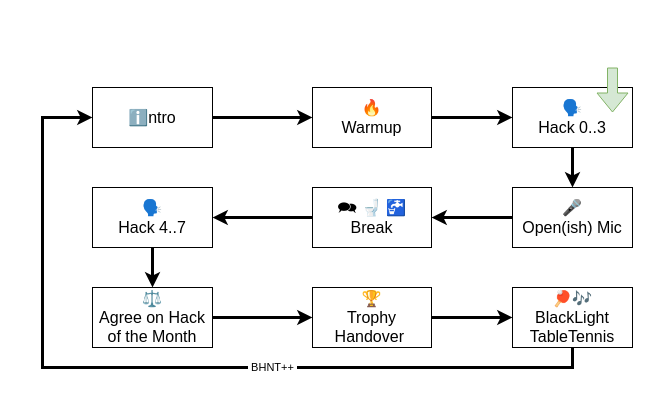
Above: assets/bhntflow.drawio in berlin-hack-and-tell/bhnt.c-base.org (draw.io), before the change. Source tidied: cells renumbered, new cells numbered last; positions are measured from the earlier drawing's top-left corner, leaving out a move shared by most shapes. Both pictures are drawn from the tidied source at 100%, with x=0, y=0 at pixel (42, 67).
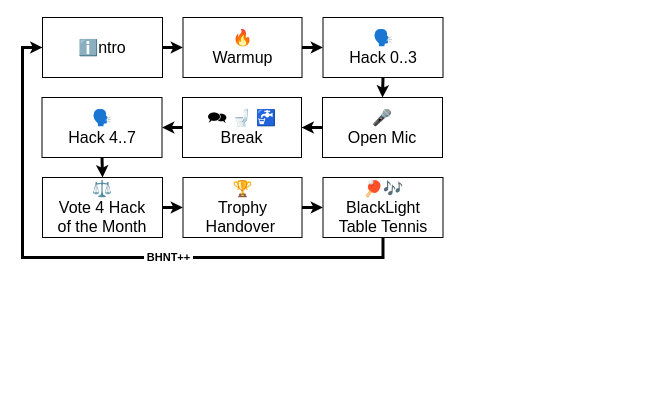
The same diagram, later.

Commit message:
Improve flowchart

Tons of minor improvements to the bhntflow.drawio flowchart.

Change to the diagram source:
```diff
@@
     <mxCell id="2" value="ℹ️ntro" style="rounded=0;whiteSpace=wrap;html=1;fontSize=16;labelBackgroundColor=none;" parent="1" vertex="1">
-      <mxGeometry x="50" y="20" width="120" height="60" as="geometry" />
+      <mxGeometry y="-50" width="120" height="60" as="geometry" />
     </mxCell>
     <mxCell id="3" value="&lt;div&gt;🔥&lt;br&gt;&lt;/div&gt;Warmup" style="rounded=0;whiteSpace=wrap;html=1;fontSize=16;" parent="1" vertex="1">
-      <mxGeometry x="270" y="20" width="119" height="60" as="geometry" />
+      <mxGeometry x="140.5" y="-50" width="119" height="60" as="geometry" />
     </mxCell>
-    <mxCell id="4" style="endArrow=classic;html=1;rounded=0;exitX=1;exitY=0.5;exitDx=0;exitDy=0;entryX=0;entryY=0.5;entryDx=0;entryDy=0;fontSize=16;strokeWidth=3;" parent="1" edge="1" source="2" target="3">
+    <mxCell id="4" style="endArrow=classic;html=1;rounded=0;exitX=1;exitY=0.5;exitDx=0;exitDy=0;entryX=0;entryY=0.5;entryDx=0;entryDy=0;fontSize=16;strokeWidth=3;endSize=3;" parent="1" edge="1" source="2" target="3">
       <mxGeometry relative="1" as="geometry" />
     </mxCell>
     <mxCell id="5" value="&lt;div&gt;🗣️&lt;br&gt;&lt;/div&gt;Hack 0..3" style="rounded=0;whiteSpace=wrap;html=1;fontSize=16;" parent="1" vertex="1">
-      <mxGeometry x="470" y="20" width="120" height="60" as="geometry" />
+      <mxGeometry x="280.5" y="-50" width="120" height="60" as="geometry" />
     </mxCell>
-    <mxCell id="6" style="endArrow=classic;html=1;rounded=0;exitX=1;exitY=0.5;exitDx=0;exitDy=0;fontSize=16;strokeWidth=3;" parent="1" edge="1" source="3">
-      <mxGeometry relative="1" as="geometry">
-        <mxPoint x="470" y="50" as="targetPoint" />
-      </mxGeometry>
-    </mxCell>
-    <mxCell id="7" value="&lt;div&gt;🎤&lt;br&gt;&lt;/div&gt;Open(ish) Mic" style="rounded=0;whiteSpace=wrap;html=1;fontSize=16;" parent="1" vertex="1">
-      <mxGeometry x="470" y="120" width="120" height="60" as="geometry" />
-    </mxCell>
+    <mxCell id="22" style="endArrow=classic;html=1;rounded=0;exitX=1;exitY=0.5;exitDx=0;exitDy=0;fontSize=16;strokeWidth=3;entryX=0;entryY=0.5;entryDx=0;entryDy=0;endSize=3;" parent="1" edge="1" source="3" target="5">
+      <mxGeometry relative="1" as="geometry" />
+    </mxCell>
+    <mxCell id="23" value="&lt;div&gt;🎤&lt;br&gt;&lt;/div&gt;Open Mic" style="rounded=0;whiteSpace=wrap;html=1;fontSize=16;" parent="1" vertex="1">
+      <mxGeometry x="280" y="30" width="120" height="60" as="geometry" />
+    </mxCell>
     <mxCell id="8" value="&lt;div&gt;🗪&amp;nbsp;🚽&amp;nbsp;🚰&lt;br&gt;&lt;/div&gt;Break" style="rounded=0;whiteSpace=wrap;html=1;fontSize=16;" parent="1" vertex="1">
-      <mxGeometry x="270" y="120" width="119" height="60" as="geometry" />
+      <mxGeometry x="140" y="30" width="119" height="60" as="geometry" />
     </mxCell>
-    <mxCell id="9" style="endArrow=classic;html=1;rounded=0;entryX=0.5;entryY=0;entryDx=0;entryDy=0;exitX=0.5;exitY=1;exitDx=0;exitDy=0;fontSize=16;strokeWidth=3;" parent="1" edge="1" source="5" target="7">
-      <mxGeometry relative="1" as="geometry" />
-    </mxCell>
+    <mxCell id="24" style="endArrow=classic;html=1;rounded=0;entryX=0.5;entryY=0;entryDx=0;entryDy=0;exitX=0.5;exitY=1;exitDx=0;exitDy=0;fontSize=16;strokeWidth=3;endSize=3;" parent="1" edge="1" source="5" target="23">
+      <mxGeometry relative="1" as="geometry" />
+    </mxCell>
-    <mxCell id="10" value="&lt;div&gt;🗣️&lt;br&gt;&lt;/div&gt;Hack 4..7" style="rounded=0;whiteSpace=wrap;html=1;fontSize=16;" parent="1" vertex="1">
-      <mxGeometry x="50" y="120" width="120" height="60" as="geometry" />
+    <mxCell id="10" value="&lt;div&gt;🗣️&lt;br&gt;&lt;/div&gt;&lt;div&gt;Hack 4..7&lt;/div&gt;" style="rounded=0;whiteSpace=wrap;html=1;fontSize=16;" parent="1" vertex="1">
+      <mxGeometry x="-0.5" y="30" width="120" height="60" as="geometry" />
     </mxCell>
-    <mxCell id="11" style="endArrow=classic;html=1;rounded=0;exitX=0;exitY=0.5;exitDx=0;exitDy=0;entryX=1;entryY=0.5;entryDx=0;entryDy=0;fontSize=16;strokeWidth=3;" parent="1" edge="1" source="7" target="8">
-      <mxGeometry relative="1" as="geometry" />
-    </mxCell>
+    <mxCell id="25" style="endArrow=classic;html=1;rounded=0;exitX=0;exitY=0.5;exitDx=0;exitDy=0;entryX=1;entryY=0.5;entryDx=0;entryDy=0;fontSize=16;strokeWidth=3;endSize=3;" parent="1" edge="1" source="23" target="8">
+      <mxGeometry relative="1" as="geometry" />
+    </mxCell>
-    <mxCell id="12" style="endArrow=classic;html=1;rounded=0;exitX=0;exitY=0.5;exitDx=0;exitDy=0;entryX=1;entryY=0.5;entryDx=0;entryDy=0;fontSize=16;strokeWidth=3;" parent="1" edge="1" source="8" target="10">
+    <mxCell id="12" style="endArrow=classic;html=1;rounded=0;exitX=0;exitY=0.5;exitDx=0;exitDy=0;entryX=1;entryY=0.5;entryDx=0;entryDy=0;fontSize=16;strokeWidth=3;endSize=3;" parent="1" edge="1" source="8" target="10">
       <mxGeometry relative="1" as="geometry" />
     </mxCell>
-    <mxCell id="13" value="⚖️&lt;br&gt;Agree on&amp;nbsp;&lt;span style=&quot;background-color: transparent; color: light-dark(rgb(0, 0, 0), rgb(255, 255, 255));&quot;&gt;Hack of the Month&lt;/span&gt;" style="rounded=0;whiteSpace=wrap;html=1;fontSize=16;" parent="1" vertex="1">
-      <mxGeometry x="50" y="220" width="120" height="60" as="geometry" />
-    </mxCell>
+    <mxCell id="26" value="⚖️&lt;br&gt;&lt;div&gt;Vote 4&amp;nbsp;&lt;span style=&quot;background-color: transparent; color: light-dark(rgb(0, 0, 0), rgb(255, 255, 255));&quot;&gt;Hack&lt;br&gt;of the Month&lt;/span&gt;&lt;/div&gt;" style="rounded=0;whiteSpace=wrap;html=1;fontSize=16;" parent="1" vertex="1">
+      <mxGeometry y="110" width="120" height="60" as="geometry" />
+    </mxCell>
     <mxCell id="14" value="&lt;div&gt;🏆&lt;/div&gt;Trophy Handover&lt;span style=&quot;background-color: transparent; color: light-dark(rgb(0, 0, 0), rgb(255, 255, 255));&quot;&gt;&amp;nbsp;&lt;/span&gt;" style="rounded=0;whiteSpace=wrap;html=1;fontSize=16;" parent="1" vertex="1">
-      <mxGeometry x="270" y="220" width="119" height="60" as="geometry" />
+      <mxGeometry x="140.5" y="110" width="119" height="60" as="geometry" />
     </mxCell>
-    <mxCell id="15" style="endArrow=classic;html=1;rounded=0;entryX=0.5;entryY=0;entryDx=0;entryDy=0;exitX=0.5;exitY=1;exitDx=0;exitDy=0;fontSize=16;strokeWidth=3;" parent="1" edge="1" source="10" target="13">
-      <mxGeometry relative="1" as="geometry" />
-    </mxCell>
-    <mxCell id="16" style="endArrow=classic;html=1;rounded=0;entryX=0;entryY=0.5;entryDx=0;entryDy=0;exitX=1;exitY=0.5;exitDx=0;exitDy=0;fontSize=16;strokeWidth=3;" parent="1" edge="1" source="13" target="14">
-      <mxGeometry relative="1" as="geometry" />
-    </mxCell>
-    <mxCell id="17" style="edgeStyle=orthogonalEdgeStyle;rounded=0;orthogonalLoop=1;jettySize=auto;html=1;entryX=0;entryY=0.667;entryDx=0;entryDy=0;entryPerimeter=0;strokeWidth=3;" parent="1" edge="1">
-      <mxGeometry relative="1" as="geometry">
-        <mxPoint x="530" y="270" as="sourcePoint" />
-        <mxPoint x="50" y="50" as="targetPoint" />
-        <Array as="points">
-          <mxPoint x="530" y="300" />
-          <mxPoint y="300" />
-          <mxPoint y="50" />
-        </Array>
-      </mxGeometry>
-    </mxCell>
+    <mxCell id="27" style="endArrow=classic;html=1;rounded=0;entryX=0.5;entryY=0;entryDx=0;entryDy=0;exitX=0.5;exitY=1;exitDx=0;exitDy=0;fontSize=16;strokeWidth=3;endSize=3;" parent="1" edge="1" source="10" target="26">
+      <mxGeometry relative="1" as="geometry" />
+    </mxCell>
+    <mxCell id="28" style="endArrow=classic;html=1;rounded=0;entryX=0;entryY=0.5;entryDx=0;entryDy=0;exitX=1;exitY=0.5;exitDx=0;exitDy=0;fontSize=16;strokeWidth=3;endSize=3;" parent="1" edge="1" source="26" target="14">
+      <mxGeometry relative="1" as="geometry" />
+    </mxCell>
+    <mxCell id="29" style="edgeStyle=orthogonalEdgeStyle;rounded=0;jettySize=auto;html=1;entryX=0;entryY=0.667;entryDx=0;entryDy=0;entryPerimeter=0;strokeWidth=3;exitX=0.5;exitY=1;exitDx=0;exitDy=0;endSize=3;" parent="1" edge="1" source="30">
+      <mxGeometry relative="1" as="geometry">
+        <mxPoint y="-20" as="targetPoint" />
+        <Array as="points">
+          <mxPoint x="341" y="190" />
+          <mxPoint x="-20" y="190" />
+          <mxPoint x="-20" y="-20" />
+        </Array>
+      </mxGeometry>
+    </mxCell>
-    <mxCell id="18" value="&amp;nbsp;BHNT++&amp;nbsp;" style="edgeLabel;html=1;align=center;verticalAlign=middle;" parent="17" vertex="1">
+    <mxCell id="18" value="&lt;b&gt;&amp;nbsp;BHNT++&amp;nbsp;&lt;/b&gt;" style="edgeLabel;html=1;align=center;verticalAlign=middle;" parent="29" vertex="1">
       <mxGeometry x="-0.23" y="-1" relative="1" as="geometry" />
     </mxCell>
-    <mxCell id="19" value="&lt;div&gt;🏓🎶&lt;br&gt;&lt;/div&gt;BlackLight&lt;br&gt;TableTennis" style="rounded=0;whiteSpace=wrap;html=1;fontSize=16;" parent="1" vertex="1">
-      <mxGeometry x="470" y="220" width="120" height="60" as="geometry" />
-    </mxCell>
-    <mxCell id="20" style="endArrow=classic;html=1;rounded=0;entryX=0;entryY=0.5;entryDx=0;entryDy=0;exitX=1;exitY=0.5;exitDx=0;exitDy=0;fontSize=16;strokeWidth=3;" parent="1" edge="1" source="14" target="19">
-      <mxGeometry relative="1" as="geometry" />
-    </mxCell>
-    <mxCell id="21" style="shape=flexArrow;endArrow=classic;html=1;rounded=0;fillColor=#d5e8d4;strokeColor=#82b366;" parent="1" edge="1">
-      <mxGeometry relative="1" as="geometry">
-        <mxPoint x="570" as="sourcePoint" />
-        <mxPoint x="570" y="45" as="targetPoint" />
-      </mxGeometry>
-    </mxCell>
+    <mxCell id="30" value="&lt;div&gt;🏓🎶&lt;br&gt;&lt;/div&gt;BlackLight&lt;br&gt;Table Tennis" style="rounded=0;whiteSpace=wrap;html=1;fontSize=16;" parent="1" vertex="1">
+      <mxGeometry x="280.5" y="110" width="120" height="60" as="geometry" />
+    </mxCell>
+    <mxCell id="31" style="endArrow=classic;html=1;rounded=0;entryX=0;entryY=0.5;entryDx=0;entryDy=0;exitX=1;exitY=0.5;exitDx=0;exitDy=0;fontSize=16;strokeWidth=3;endSize=3;" parent="1" edge="1" source="14" target="30">
+      <mxGeometry relative="1" as="geometry" />
+    </mxCell>
```
